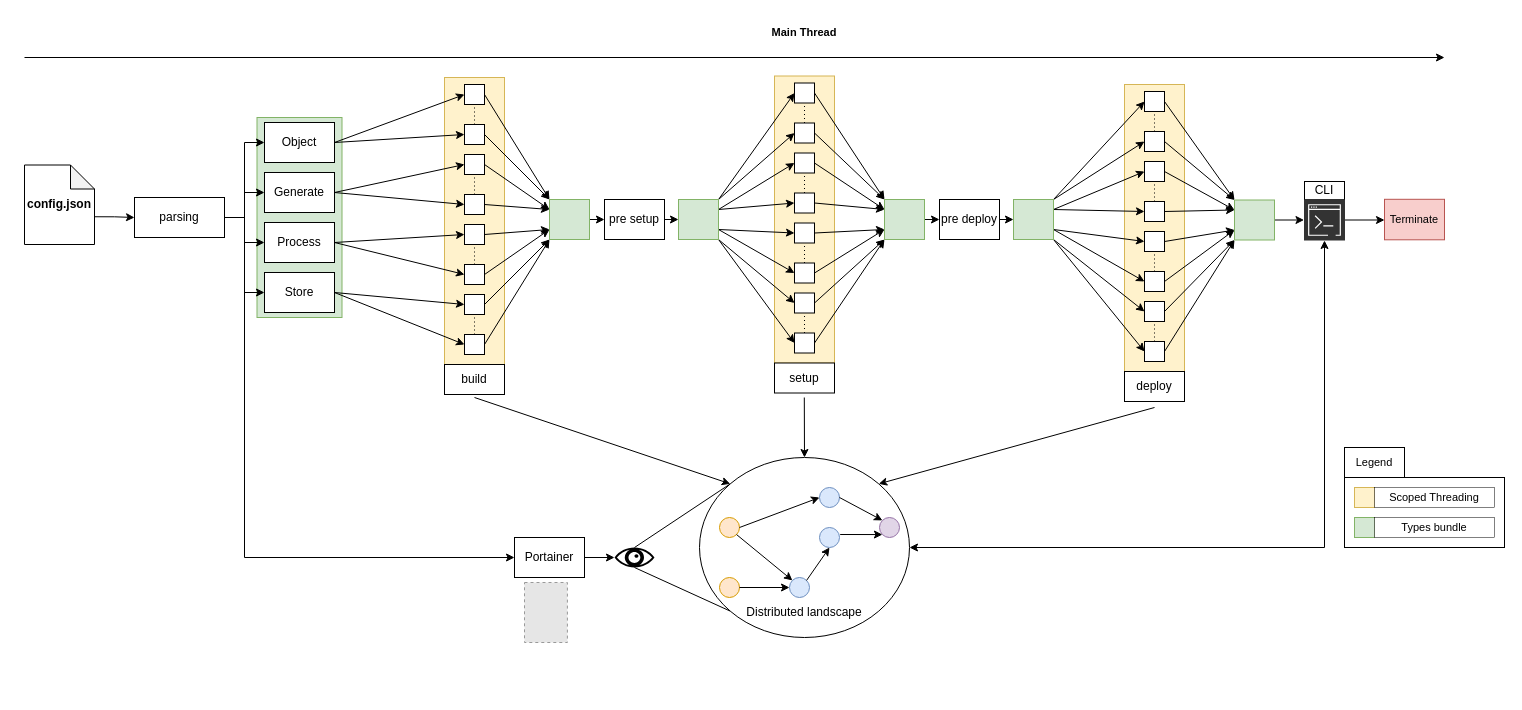
data-tracks/DataOrchestra keeps this draw.io diagram as doc/data_orchestra.drawio. Above is the earlier version. Source tidied: cells renumbered, new cells numbered last; positions are measured from the earlier drawing's top-left corner, leaving out a move shared by most shapes. Both pictures are drawn from the tidied source at 100%, with x=0, y=0 at pixel (24, 17). Pictures stored in the file or linked from it are replaced by grey dashed boxes.
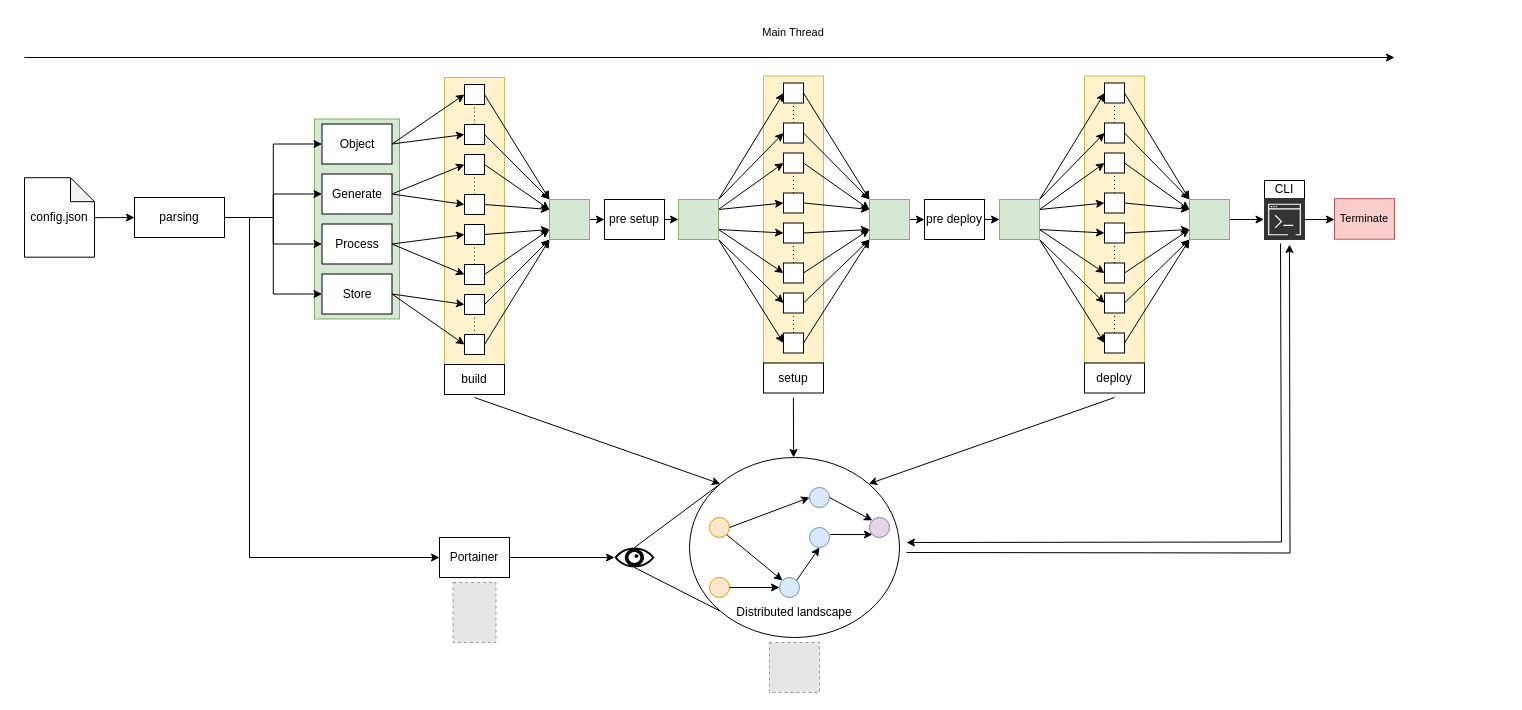
The same diagram, later.

The change refers to these unchanged cells:
```xml
<mxCell id="21" value="parsing" style="rounded=0;whiteSpace=wrap;html=1;" parent="1" vertex="1">
  <mxGeometry x="110" y="180" width="90" height="40" as="geometry" />
</mxCell>
```

The edit, as a diff of the source:
```diff
@@
     <mxCell id="2" style="ellipse;whiteSpace=wrap;html=1;" parent="1" vertex="1">
-      <mxGeometry x="675" y="440" width="210" height="180" as="geometry" />
+      <mxGeometry x="665" y="440" width="210" height="180" as="geometry" />
     </mxCell>
@@
     <mxCell id="4" style="rounded=0;whiteSpace=wrap;html=1;fontFamily=Helvetica;fontSize=11;labelBackgroundColor=default;fillColor=#d5e8d4;strokeColor=#82b366;" parent="1" vertex="1">
-      <mxGeometry x="232.5" y="100" width="85" height="200" as="geometry" />
+      <mxGeometry x="290" y="101.5" width="85" height="200" as="geometry" />
     </mxCell>
-    <mxCell id="5" style="edgeStyle=orthogonalEdgeStyle;rounded=0;jettySize=auto;html=1;exitX=0;exitY=0;exitDx=70;exitDy=51.75;exitPerimeter=0;entryX=0;entryY=0.5;entryDx=0;entryDy=0;" parent="1" edge="1" source="6" target="21">
+    <mxCell id="5" style="edgeStyle=orthogonalEdgeStyle;rounded=0;jettySize=auto;html=1;exitX=1.002;exitY=0.502;exitDx=0;exitDy=0;exitPerimeter=0;entryX=0;entryY=0.5;entryDx=0;entryDy=0;" parent="1" edge="1" source="6" target="21">
       <mxGeometry relative="1" as="geometry" />
     </mxCell>
-    <mxCell id="6" value="&lt;b&gt;config.json&lt;/b&gt;" style="shape=note;whiteSpace=wrap;html=1;backgroundOutline=1;darkOpacity=0.05;size=24;" parent="1" vertex="1">
-      <mxGeometry y="147.5" width="70" height="79.5" as="geometry" />
+    <mxCell id="6" value="config.json" style="shape=note;whiteSpace=wrap;html=1;backgroundOutline=1;darkOpacity=0.05;size=24;" parent="1" vertex="1">
+      <mxGeometry y="160.2" width="70" height="79.5" as="geometry" />
     </mxCell>
@@
     <mxCell id="10" value="Store" style="rounded=0;whiteSpace=wrap;html=1;" parent="1" vertex="1">
-      <mxGeometry x="240" y="255" width="70" height="40" as="geometry" />
+      <mxGeometry x="297.5" y="256.5" width="70" height="40" as="geometry" />
     </mxCell>
@@
     <mxCell id="13" value="Generate" style="rounded=0;whiteSpace=wrap;html=1;" parent="1" vertex="1">
-      <mxGeometry x="240" y="155" width="70" height="40" as="geometry" />
+      <mxGeometry x="297.5" y="156.5" width="70" height="40" as="geometry" />
     </mxCell>
@@
     <mxCell id="16" value="Object" style="rounded=0;whiteSpace=wrap;html=1;" parent="1" vertex="1">
-      <mxGeometry x="240" y="105" width="70" height="40" as="geometry" />
+      <mxGeometry x="297.5" y="106.5" width="70" height="40" as="geometry" />
     </mxCell>
@@
     <mxCell id="20" style="edgeStyle=orthogonalEdgeStyle;rounded=0;jettySize=auto;html=1;exitX=1;exitY=0.5;exitDx=0;exitDy=0;entryX=0;entryY=0.5;entryDx=0;entryDy=0;" parent="1" edge="1" source="21" target="25">
       <mxGeometry relative="1" as="geometry">
         <Array as="points">
-          <mxPoint x="220" y="200" />
-          <mxPoint x="220" y="540" />
+          <mxPoint x="225" y="200" />
+          <mxPoint x="225" y="540" />
         </Array>
       </mxGeometry>
     </mxCell>
@@
     <mxCell id="24" value="Process" style="rounded=0;whiteSpace=wrap;html=1;" parent="1" vertex="1">
-      <mxGeometry x="240" y="205" width="70" height="40" as="geometry" />
+      <mxGeometry x="297.5" y="206.5" width="70" height="40" as="geometry" />
     </mxCell>
     <mxCell id="25" value="Portainer" style="rounded=0;whiteSpace=wrap;html=1;" parent="1" vertex="1">
-      <mxGeometry x="490" y="520" width="70" height="40" as="geometry" />
+      <mxGeometry x="415" y="520" width="70" height="40" as="geometry" />
     </mxCell>
@@
     <mxCell id="28" style="endArrow=classic;html=1;rounded=0;strokeColor=default;align=center;verticalAlign=middle;fontFamily=Helvetica;fontSize=11;fontColor=default;labelBackgroundColor=default;" parent="1" edge="1">
       <mxGeometry relative="1" as="geometry">
         <mxPoint y="40" as="sourcePoint" />
-        <mxPoint x="1420" y="40" as="targetPoint" />
+        <mxPoint x="1370" y="40" as="targetPoint" />
       </mxGeometry>
     </mxCell>
-    <mxCell id="29" value="&lt;b&gt;Main Thread&lt;/b&gt;" style="text;html=1;align=center;verticalAlign=middle;whiteSpace=wrap;rounded=0;fontFamily=Helvetica;fontSize=11;fontColor=default;labelBackgroundColor=default;" parent="1" vertex="1">
-      <mxGeometry x="745" width="70" height="30" as="geometry" />
+    <mxCell id="29" value="Main Thread" style="text;html=1;align=center;verticalAlign=middle;whiteSpace=wrap;rounded=0;fontFamily=Helvetica;fontSize=11;fontColor=default;labelBackgroundColor=default;" parent="1" vertex="1">
+      <mxGeometry x="734" width="70" height="30" as="geometry" />
     </mxCell>
@@
     <mxCell id="50" style="rounded=0;whiteSpace=wrap;html=1;fontFamily=Helvetica;fontSize=11;labelBackgroundColor=default;fillColor=#fff2cc;strokeColor=#d6b656;" parent="1" vertex="1">
-      <mxGeometry x="750" y="58.5" width="60" height="287" as="geometry" />
+      <mxGeometry x="739" y="58.5" width="60" height="287" as="geometry" />
     </mxCell>
     <mxCell id="51" value="setup" style="rounded=0;whiteSpace=wrap;html=1;" parent="1" vertex="1">
-      <mxGeometry x="750" y="345.5" width="60" height="30" as="geometry" />
+      <mxGeometry x="739" y="345.5" width="60" height="30" as="geometry" />
     </mxCell>
@@
     <mxCell id="53" style="rounded=0;whiteSpace=wrap;html=1;" parent="1" vertex="1">
-      <mxGeometry x="770" y="65.5" width="20" height="20" as="geometry" />
+      <mxGeometry x="759" y="65.5" width="20" height="20" as="geometry" />
     </mxCell>
@@
     <mxCell id="55" style="rounded=0;whiteSpace=wrap;html=1;" parent="1" vertex="1">
-      <mxGeometry x="770" y="105.5" width="20" height="20" as="geometry" />
+      <mxGeometry x="759" y="105.5" width="20" height="20" as="geometry" />
     </mxCell>
@@
     <mxCell id="58" style="rounded=0;whiteSpace=wrap;html=1;" parent="1" vertex="1">
-      <mxGeometry x="770" y="135.5" width="20" height="20" as="geometry" />
+      <mxGeometry x="759" y="135.5" width="20" height="20" as="geometry" />
     </mxCell>
@@
     <mxCell id="60" style="rounded=0;whiteSpace=wrap;html=1;" parent="1" vertex="1">
-      <mxGeometry x="770" y="175.5" width="20" height="20" as="geometry" />
+      <mxGeometry x="759" y="175.5" width="20" height="20" as="geometry" />
     </mxCell>
@@
     <mxCell id="63" style="rounded=0;whiteSpace=wrap;html=1;" parent="1" vertex="1">
-      <mxGeometry x="770" y="205.5" width="20" height="20" as="geometry" />
+      <mxGeometry x="759" y="205.5" width="20" height="20" as="geometry" />
     </mxCell>
@@
     <mxCell id="65" style="rounded=0;whiteSpace=wrap;html=1;" parent="1" vertex="1">
-      <mxGeometry x="770" y="245.5" width="20" height="20" as="geometry" />
+      <mxGeometry x="759" y="245.5" width="20" height="20" as="geometry" />
     </mxCell>
@@
     <mxCell id="68" style="rounded=0;whiteSpace=wrap;html=1;" parent="1" vertex="1">
-      <mxGeometry x="770" y="275.5" width="20" height="20" as="geometry" />
+      <mxGeometry x="759" y="275.5" width="20" height="20" as="geometry" />
     </mxCell>
@@
     <mxCell id="70" style="rounded=0;whiteSpace=wrap;html=1;" parent="1" vertex="1">
-      <mxGeometry x="770" y="315.5" width="20" height="20" as="geometry" />
+      <mxGeometry x="759" y="315.5" width="20" height="20" as="geometry" />
     </mxCell>
@@
     <mxCell id="72" style="rounded=0;whiteSpace=wrap;html=1;fontFamily=Helvetica;fontSize=11;labelBackgroundColor=default;fillColor=#fff2cc;strokeColor=#d6b656;" parent="1" vertex="1">
-      <mxGeometry x="1100" y="67" width="60" height="287" as="geometry" />
+      <mxGeometry x="1060" y="58.5" width="60" height="287" as="geometry" />
     </mxCell>
     <mxCell id="73" value="deploy" style="rounded=0;whiteSpace=wrap;html=1;" parent="1" vertex="1">
-      <mxGeometry x="1100" y="354" width="60" height="30" as="geometry" />
+      <mxGeometry x="1060" y="345.5" width="60" height="30" as="geometry" />
     </mxCell>
@@
     <mxCell id="75" style="rounded=0;whiteSpace=wrap;html=1;" parent="1" vertex="1">
-      <mxGeometry x="1120" y="74" width="20" height="20" as="geometry" />
+      <mxGeometry x="1080" y="65.5" width="20" height="20" as="geometry" />
     </mxCell>
@@
     <mxCell id="77" style="rounded=0;whiteSpace=wrap;html=1;" parent="1" vertex="1">
-      <mxGeometry x="1120" y="114" width="20" height="20" as="geometry" />
+      <mxGeometry x="1080" y="105.5" width="20" height="20" as="geometry" />
     </mxCell>
@@
     <mxCell id="80" style="rounded=0;whiteSpace=wrap;html=1;" parent="1" vertex="1">
-      <mxGeometry x="1120" y="144" width="20" height="20" as="geometry" />
+      <mxGeometry x="1080" y="135.5" width="20" height="20" as="geometry" />
     </mxCell>
@@
     <mxCell id="82" style="rounded=0;whiteSpace=wrap;html=1;" parent="1" vertex="1">
-      <mxGeometry x="1120" y="184" width="20" height="20" as="geometry" />
+      <mxGeometry x="1080" y="175.5" width="20" height="20" as="geometry" />
     </mxCell>
@@
     <mxCell id="85" style="rounded=0;whiteSpace=wrap;html=1;" parent="1" vertex="1">
-      <mxGeometry x="1120" y="214" width="20" height="20" as="geometry" />
+      <mxGeometry x="1080" y="205.5" width="20" height="20" as="geometry" />
     </mxCell>
@@
     <mxCell id="87" style="rounded=0;whiteSpace=wrap;html=1;" parent="1" vertex="1">
-      <mxGeometry x="1120" y="254" width="20" height="20" as="geometry" />
+      <mxGeometry x="1080" y="245.5" width="20" height="20" as="geometry" />
     </mxCell>
@@
     <mxCell id="90" style="rounded=0;whiteSpace=wrap;html=1;" parent="1" vertex="1">
-      <mxGeometry x="1120" y="284" width="20" height="20" as="geometry" />
+      <mxGeometry x="1080" y="275.5" width="20" height="20" as="geometry" />
     </mxCell>
@@
     <mxCell id="92" style="rounded=0;whiteSpace=wrap;html=1;" parent="1" vertex="1">
-      <mxGeometry x="1120" y="324" width="20" height="20" as="geometry" />
+      <mxGeometry x="1080" y="315.5" width="20" height="20" as="geometry" />
     </mxCell>
@@
     <mxCell id="106" value="pre deploy" style="rounded=0;whiteSpace=wrap;html=1;" parent="1" vertex="1">
-      <mxGeometry x="915" y="182" width="60" height="40" as="geometry" />
+      <mxGeometry x="900" y="182" width="60" height="40" as="geometry" />
     </mxCell>
@@
     <mxCell id="108" style="rounded=0;whiteSpace=wrap;html=1;fontFamily=Helvetica;fontSize=11;labelBackgroundColor=default;fillColor=#d5e8d4;strokeColor=#82b366;" parent="1" vertex="1">
-      <mxGeometry x="860" y="182" width="40" height="40" as="geometry" />
+      <mxGeometry x="845" y="182" width="40" height="40" as="geometry" />
     </mxCell>
@@
     <mxCell id="117" style="rounded=0;whiteSpace=wrap;html=1;fontFamily=Helvetica;fontSize=11;labelBackgroundColor=default;fillColor=#d5e8d4;strokeColor=#82b366;" parent="1" vertex="1">
-      <mxGeometry x="989" y="182" width="40" height="40" as="geometry" />
+      <mxGeometry x="975" y="182" width="40" height="40" as="geometry" />
     </mxCell>
@@
     <mxCell id="119" style="rounded=0;whiteSpace=wrap;html=1;fontFamily=Helvetica;fontSize=11;labelBackgroundColor=default;fillColor=#d5e8d4;strokeColor=#82b366;" parent="1" vertex="1">
-      <mxGeometry x="1210" y="182.5" width="40" height="40" as="geometry" />
+      <mxGeometry x="1165" y="182" width="40" height="40" as="geometry" />
     </mxCell>
     <mxCell id="120" value="CLI" style="rounded=0;whiteSpace=wrap;html=1;" parent="1" vertex="1">
-      <mxGeometry x="1280" y="164" width="40" height="18.2" as="geometry" />
+      <mxGeometry x="1240" y="163" width="40" height="18.2" as="geometry" />
     </mxCell>
-    <mxCell id="121" style="rounded=0;whiteSpace=wrap;html=1;fontFamily=Helvetica;fontSize=11;fontColor=default;labelBackgroundColor=default;" parent="1" vertex="1">
-      <mxGeometry x="1320" y="460" width="160" height="70" as="geometry" />
-    </mxCell>
-    <mxCell id="122" value="Legend" style="rounded=0;whiteSpace=wrap;html=1;fontFamily=Helvetica;fontSize=11;fontColor=default;labelBackgroundColor=default;" parent="1" vertex="1">
-      <mxGeometry x="1320" y="430" width="60" height="30" as="geometry" />
-    </mxCell>
-    <mxCell id="123" style="rounded=0;whiteSpace=wrap;html=1;fontFamily=Helvetica;fontSize=11;labelBackgroundColor=default;fillColor=#fff2cc;strokeColor=#d6b656;" parent="1" vertex="1">
-      <mxGeometry x="1330" y="470" width="20" height="20" as="geometry" />
-    </mxCell>
-    <mxCell id="124" value="Scoped Threading" style="rounded=0;whiteSpace=wrap;html=1;fontFamily=Helvetica;fontSize=11;fontColor=default;labelBackgroundColor=default;strokeWidth=0.5;" parent="1" vertex="1">
-      <mxGeometry x="1350" y="470" width="120" height="20" as="geometry" />
-    </mxCell>
-    <mxCell id="125" style="rounded=0;whiteSpace=wrap;html=1;fontFamily=Helvetica;fontSize=11;labelBackgroundColor=default;fillColor=#d5e8d4;strokeColor=#82b366;" parent="1" vertex="1">
-      <mxGeometry x="1330" y="500" width="20" height="20" as="geometry" />
-    </mxCell>
-    <mxCell id="126" value="Types bundle" style="rounded=0;whiteSpace=wrap;html=1;fontFamily=Helvetica;fontSize=11;fontColor=default;labelBackgroundColor=default;strokeWidth=0.5;" parent="1" vertex="1">
-      <mxGeometry x="1350" y="500" width="120" height="20" as="geometry" />
-    </mxCell>
-    <mxCell id="127" style="endArrow=classic;html=1;rounded=0;strokeColor=default;align=center;verticalAlign=middle;fontFamily=Helvetica;fontSize=11;fontColor=default;labelBackgroundColor=default;entryX=0.5;entryY=0;entryDx=0;entryDy=0;" parent="1" edge="1" target="2">
+    <mxCell id="127" style="endArrow=classic;html=1;rounded=0;strokeColor=default;align=center;verticalAlign=middle;fontFamily=Helvetica;fontSize=11;fontColor=default;labelBackgroundColor=default;entryX=0.5;entryY=0;entryDx=0;entryDy=0;" parent="1" edge="1">
       <mxGeometry relative="1" as="geometry">
-        <mxPoint x="779.8" y="380" as="sourcePoint" />
+        <mxPoint x="768.9" y="380" as="sourcePoint" />
+        <mxPoint x="769.1" y="440" as="targetPoint" />
       </mxGeometry>
     </mxCell>
     <mxCell id="128" value="Terminate" style="rounded=0;whiteSpace=wrap;html=1;fontFamily=Helvetica;fontSize=11;labelBackgroundColor=none;fillColor=#f8cecc;strokeColor=#b85450;" parent="1" vertex="1">
-      <mxGeometry x="1360" y="181.8" width="60" height="40.5" as="geometry" />
+      <mxGeometry x="1310" y="181.2" width="60" height="40.5" as="geometry" />
     </mxCell>
     <mxCell id="129" style="ellipse;whiteSpace=wrap;html=1;fillColor=#ffe6cc;strokeColor=#d79b00;" parent="1" vertex="1">
-      <mxGeometry x="695" y="500" width="20" height="20" as="geometry" />
+      <mxGeometry x="685" y="500" width="20" height="20" as="geometry" />
     </mxCell>
     <mxCell id="130" style="ellipse;whiteSpace=wrap;html=1;fillColor=#dae8fc;strokeColor=#6c8ebf;" parent="1" vertex="1">
-      <mxGeometry x="795" y="470" width="20" height="20" as="geometry" />
+      <mxGeometry x="785" y="470" width="20" height="20" as="geometry" />
     </mxCell>
     <mxCell id="131" style="ellipse;whiteSpace=wrap;html=1;fillColor=#dae8fc;strokeColor=#6c8ebf;" parent="1" vertex="1">
-      <mxGeometry x="795" y="510" width="20" height="20" as="geometry" />
+      <mxGeometry x="785" y="510" width="20" height="20" as="geometry" />
     </mxCell>
     <mxCell id="132" style="ellipse;whiteSpace=wrap;html=1;fillColor=#e1d5e7;strokeColor=#9673a6;" parent="1" vertex="1">
-      <mxGeometry x="855" y="500" width="20" height="20" as="geometry" />
+      <mxGeometry x="845" y="500" width="20" height="20" as="geometry" />
     </mxCell>
     <mxCell id="133" style="ellipse;whiteSpace=wrap;html=1;fillColor=#dae8fc;strokeColor=#6c8ebf;" parent="1" vertex="1">
-      <mxGeometry x="765" y="560" width="20" height="20" as="geometry" />
+      <mxGeometry x="755" y="560" width="20" height="20" as="geometry" />
     </mxCell>
     <mxCell id="134" style="ellipse;whiteSpace=wrap;html=1;fillColor=#ffe6cc;strokeColor=#d79b00;" parent="1" vertex="1">
-      <mxGeometry x="695" y="560" width="20" height="20" as="geometry" />
+      <mxGeometry x="685" y="560" width="20" height="20" as="geometry" />
     </mxCell>
@@
     <mxCell id="141" value="Distributed landscape" style="text;html=1;align=center;verticalAlign=middle;whiteSpace=wrap;rounded=0;" parent="1" vertex="1">
-      <mxGeometry x="720" y="580" width="120" height="30" as="geometry" />
+      <mxGeometry x="710" y="580" width="120" height="30" as="geometry" />
     </mxCell>
     <mxCell id="142" style="endArrow=classic;html=1;rounded=0;strokeColor=default;align=center;verticalAlign=middle;fontFamily=Helvetica;fontSize=11;fontColor=default;labelBackgroundColor=default;entryX=1;entryY=0;entryDx=0;entryDy=0;" parent="1" edge="1" target="2">
       <mxGeometry relative="1" as="geometry">
-        <mxPoint x="1130" y="390" as="sourcePoint" />
+        <mxPoint x="1090" y="380" as="sourcePoint" />
       </mxGeometry>
     </mxCell>
@@
-    <mxCell id="146" style="edgeStyle=orthogonalEdgeStyle;rounded=0;jettySize=auto;html=1;exitX=0.5;exitY=1;exitDx=0;exitDy=0;exitPerimeter=0;entryX=1;entryY=0.5;entryDx=0;entryDy=0;startArrow=classic;startFill=1;" parent="1" edge="1" source="147" target="2">
-      <mxGeometry relative="1" as="geometry" />
+    <mxCell id="146" style="edgeStyle=orthogonalEdgeStyle;rounded=0;orthogonalLoop=1;jettySize=auto;html=1;entryX=1;entryY=0.5;entryDx=0;entryDy=0;startArrow=classic;startFill=1;endArrow=none;" parent="1" edge="1">
+      <mxGeometry relative="1" as="geometry">
+        <mxPoint x="882" y="525" as="sourcePoint" />
+        <mxPoint x="1256" y="226" as="targetPoint" />
+        <Array as="points">
+          <mxPoint x="891" y="525.5" />
+          <mxPoint x="1257" y="524.5" />
+          <mxPoint x="1257" y="225.5" />
+        </Array>
+      </mxGeometry>
     </mxCell>
     <mxCell id="147" style="sketch=0;points=[[0,0,0],[0.25,0,0],[0.5,0,0],[0.75,0,0],[1,0,0],[0,1,0],[0.25,1,0],[0.5,1,0],[0.75,1,0],[1,1,0],[0,0.25,0],[0,0.5,0],[0,0.75,0],[1,0.25,0],[1,0.5,0],[1,0.75,0]];points=[[0,0,0],[0.25,0,0],[0.5,0,0],[0.75,0,0],[1,0,0],[0,1,0],[0.25,1,0],[0.5,1,0],[0.75,1,0],[1,1,0],[0,0.25,0],[0,0.5,0],[0,0.75,0],[1,0.25,0],[1,0.5,0],[1,0.75,0]];outlineConnect=0;fontColor=#232F3E;fillColor=#333333;strokeColor=#ffffff;dashed=0;verticalLabelPosition=bottom;verticalAlign=top;align=center;html=1;fontSize=12;fontStyle=0;shape=mxgraph.aws4.resourceIcon;resIcon=mxgraph.aws4.command_line_interface;" parent="1" vertex="1">
-      <mxGeometry x="1279.5" y="182" width="41" height="41" as="geometry" />
+      <mxGeometry x="1239.5" y="181.5" width="41" height="41" as="geometry" />
     </mxCell>
     <mxCell id="148" style="fillColor=#E6E6E6;strokeColor=#999999;dashed=1;verticalLabelPosition=bottom;labelBackgroundColor=default;verticalAlign=top;" parent="1" vertex="1">
-      <mxGeometry x="500" y="565" width="42.9" height="60" as="geometry" />
+      <mxGeometry x="428.6" y="565" width="42.9" height="60" as="geometry" />
     </mxCell>
@@
+    <mxCell id="153" style="edgeStyle=orthogonalEdgeStyle;rounded=0;orthogonalLoop=1;jettySize=auto;html=1;entryX=1;entryY=0.5;entryDx=0;entryDy=0;startArrow=none;startFill=0;" parent="1" edge="1">
+      <mxGeometry relative="1" as="geometry">
+        <mxPoint x="882" y="535" as="sourcePoint" />
+        <mxPoint x="1265" y="227" as="targetPoint" />
+      </mxGeometry>
+    </mxCell>
+    <mxCell id="154" style="fillColor=#E6E6E6;strokeColor=#999999;dashed=1;verticalLabelPosition=bottom;labelBackgroundColor=default;verticalAlign=top;" parent="1" vertex="1">
+      <mxGeometry x="745" y="625" width="50" height="50" as="geometry" />
+    </mxCell>
```
